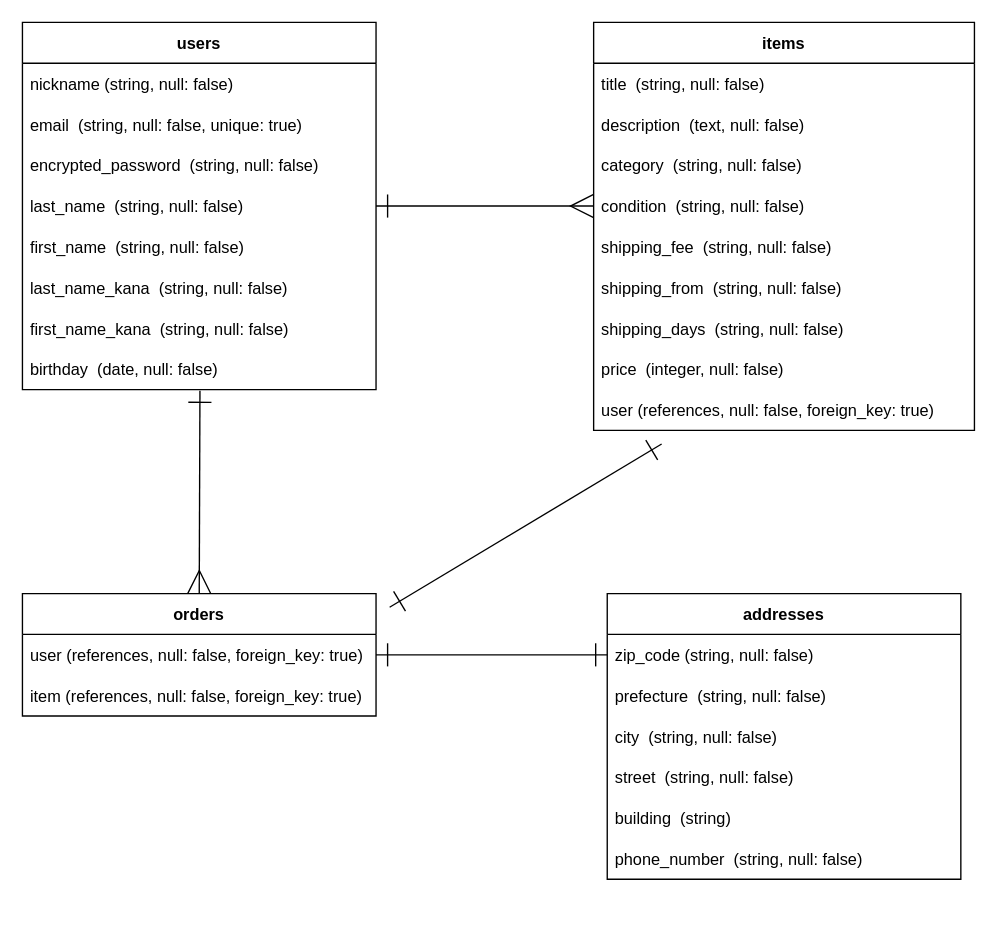
Above: erd.dio in aya-mex/furima-37734 (draw.io), before the change. Source tidied: cells renumbered, new cells numbered last; positions are measured from the earlier drawing's top-left corner, leaving out a move shared by most shapes. Both pictures are drawn from the tidied source at 136%, with x=0, y=0 at pixel (22, 22).
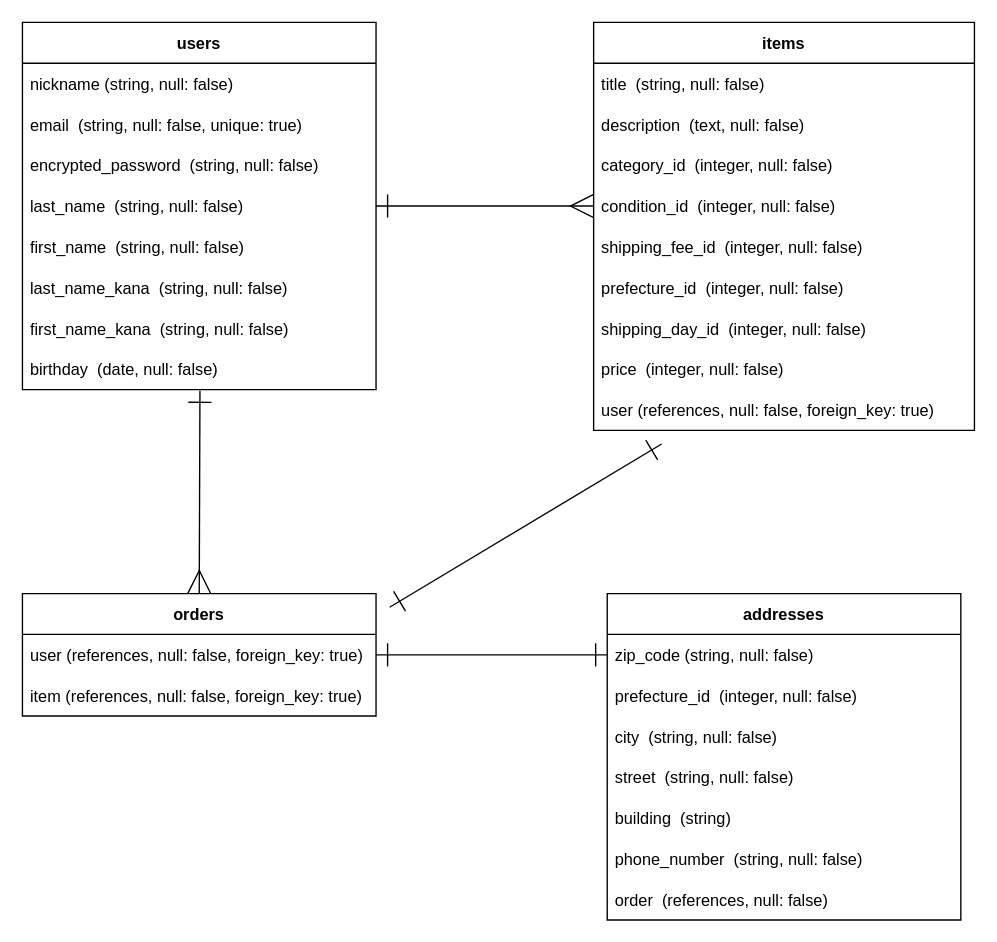
After the change.

Unchanged cells that the change refers to:
```xml
<mxCell id="11" value="items" style="swimlane;fontStyle=1;horizontal=1;startSize=30;" parent="1" vertex="1">
  <mxGeometry x="420" width="280" height="300" as="geometry" />
</mxCell>
```

What changed in the source:
```diff
@@
-    <mxCell id="14" value="category  (string, null: false)" style="text;strokeColor=none;fillColor=none;align=left;verticalAlign=middle;spacingLeft=4;spacingRight=4;overflow=hidden;" parent="11" vertex="1">
+    <mxCell id="14" value="category_id  (integer, null: false)" style="text;strokeColor=none;fillColor=none;align=left;verticalAlign=middle;spacingLeft=4;spacingRight=4;overflow=hidden;" parent="11" vertex="1">
       <mxGeometry y="90" width="280" height="30" as="geometry" />
     </mxCell>
-    <mxCell id="15" value="condition  (string, null: false)" style="text;strokeColor=none;fillColor=none;align=left;verticalAlign=middle;spacingLeft=4;spacingRight=4;overflow=hidden;points=[[0,0.5],[1,0.5]];portConstraint=eastwest;" parent="11" vertex="1">
+    <mxCell id="15" value="condition_id  (integer, null: false)" style="text;strokeColor=none;fillColor=none;align=left;verticalAlign=middle;spacingLeft=4;spacingRight=4;overflow=hidden;points=[[0,0.5],[1,0.5]];portConstraint=eastwest;" parent="11" vertex="1">
       <mxGeometry y="120" width="280" height="30" as="geometry" />
     </mxCell>
-    <mxCell id="16" value="shipping_fee  (string, null: false)" style="text;strokeColor=none;fillColor=none;align=left;verticalAlign=middle;spacingLeft=4;spacingRight=4;overflow=hidden;" parent="11" vertex="1">
+    <mxCell id="16" value="shipping_fee_id  (integer, null: false)" style="text;strokeColor=none;fillColor=none;align=left;verticalAlign=middle;spacingLeft=4;spacingRight=4;overflow=hidden;" parent="11" vertex="1">
       <mxGeometry y="150" width="280" height="30" as="geometry" />
     </mxCell>
-    <mxCell id="17" value="shipping_from  (string, null: false)" style="text;strokeColor=none;fillColor=none;align=left;verticalAlign=middle;spacingLeft=4;spacingRight=4;overflow=hidden;" parent="11" vertex="1">
+    <mxCell id="17" value="prefecture_id  (integer, null: false)" style="text;strokeColor=none;fillColor=none;align=left;verticalAlign=middle;spacingLeft=4;spacingRight=4;overflow=hidden;" parent="11" vertex="1">
       <mxGeometry y="180" width="280" height="30" as="geometry" />
     </mxCell>
-    <mxCell id="18" value="shipping_days  (string, null: false)" style="text;strokeColor=none;fillColor=none;align=left;verticalAlign=middle;spacingLeft=4;spacingRight=4;overflow=hidden;" parent="11" vertex="1">
+    <mxCell id="18" value="shipping_day_id  (integer, null: false)" style="text;strokeColor=none;fillColor=none;align=left;verticalAlign=middle;spacingLeft=4;spacingRight=4;overflow=hidden;" parent="11" vertex="1">
       <mxGeometry y="210" width="280" height="30" as="geometry" />
     </mxCell>
@@
     <mxCell id="26" value="addresses" style="swimlane;fontStyle=1;horizontal=1;startSize=30;" parent="1" vertex="1">
-      <mxGeometry x="430" y="420" width="260" height="210" as="geometry" />
+      <mxGeometry x="430" y="420" width="260" height="240" as="geometry" />
     </mxCell>
@@
-    <mxCell id="28" value="prefecture  (string, null: false)" style="text;strokeColor=none;fillColor=none;align=left;verticalAlign=middle;spacingLeft=4;spacingRight=4;overflow=hidden;" parent="26" vertex="1">
+    <mxCell id="28" value="prefecture_id  (integer, null: false)" style="text;strokeColor=none;fillColor=none;align=left;verticalAlign=middle;spacingLeft=4;spacingRight=4;overflow=hidden;" parent="26" vertex="1">
       <mxGeometry y="60" width="260" height="30" as="geometry" />
     </mxCell>
@@
+    <mxCell id="35" value="order  (references, null: false)" style="text;strokeColor=none;fillColor=none;align=left;verticalAlign=middle;spacingLeft=4;spacingRight=4;overflow=hidden;" parent="26" vertex="1">
+      <mxGeometry y="210" width="260" height="30" as="geometry" />
+    </mxCell>
```
